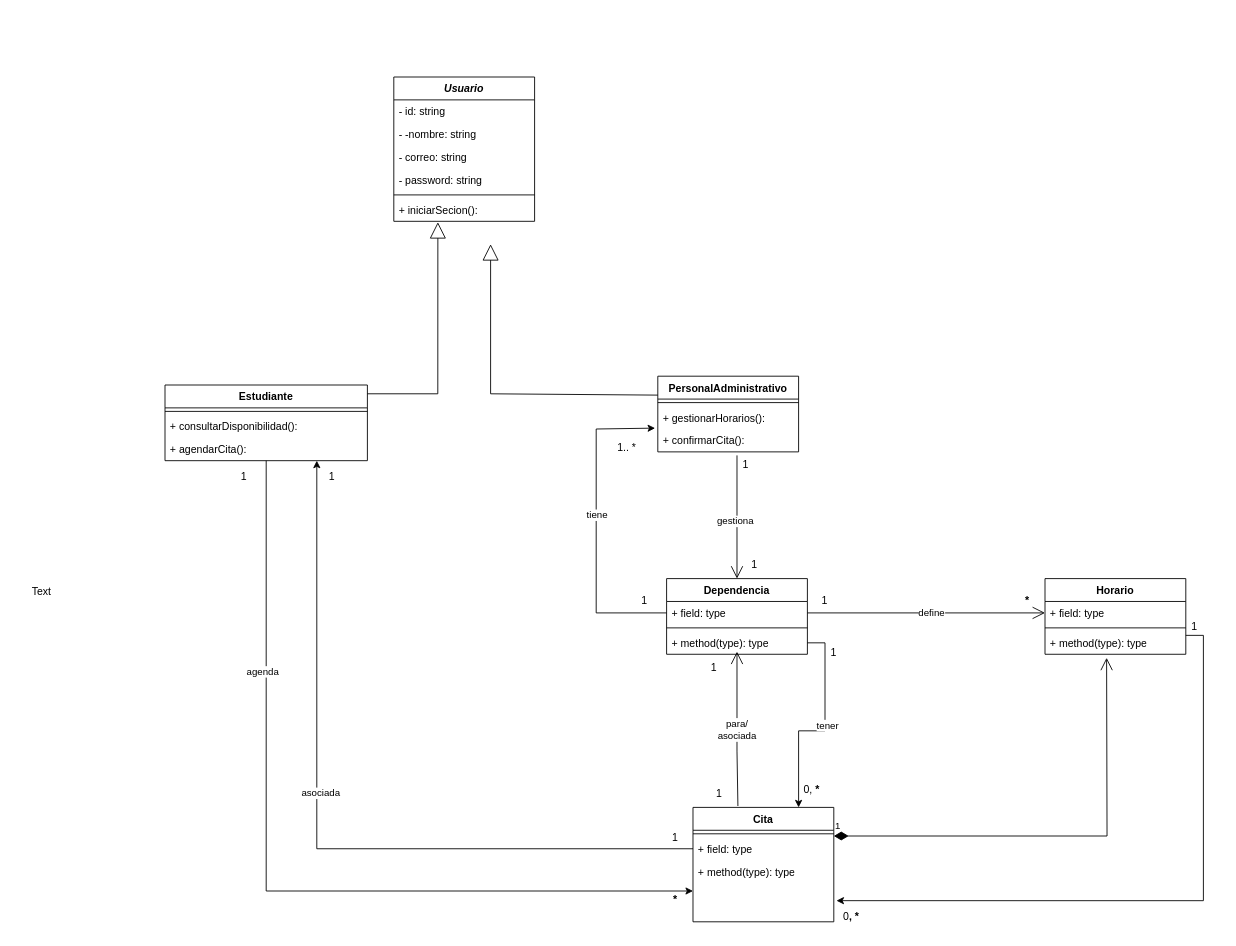
Above: diagrama_clase.drawio in DrAtl30/potro_citas (draw.io), before the change. Source tidied: cells renumbered, new cells numbered last; positions are measured from the earlier drawing's top-left corner, leaving out a move shared by most shapes. Both pictures are drawn from the tidied source at 88%, with x=0, y=0 at pixel (15, 77).
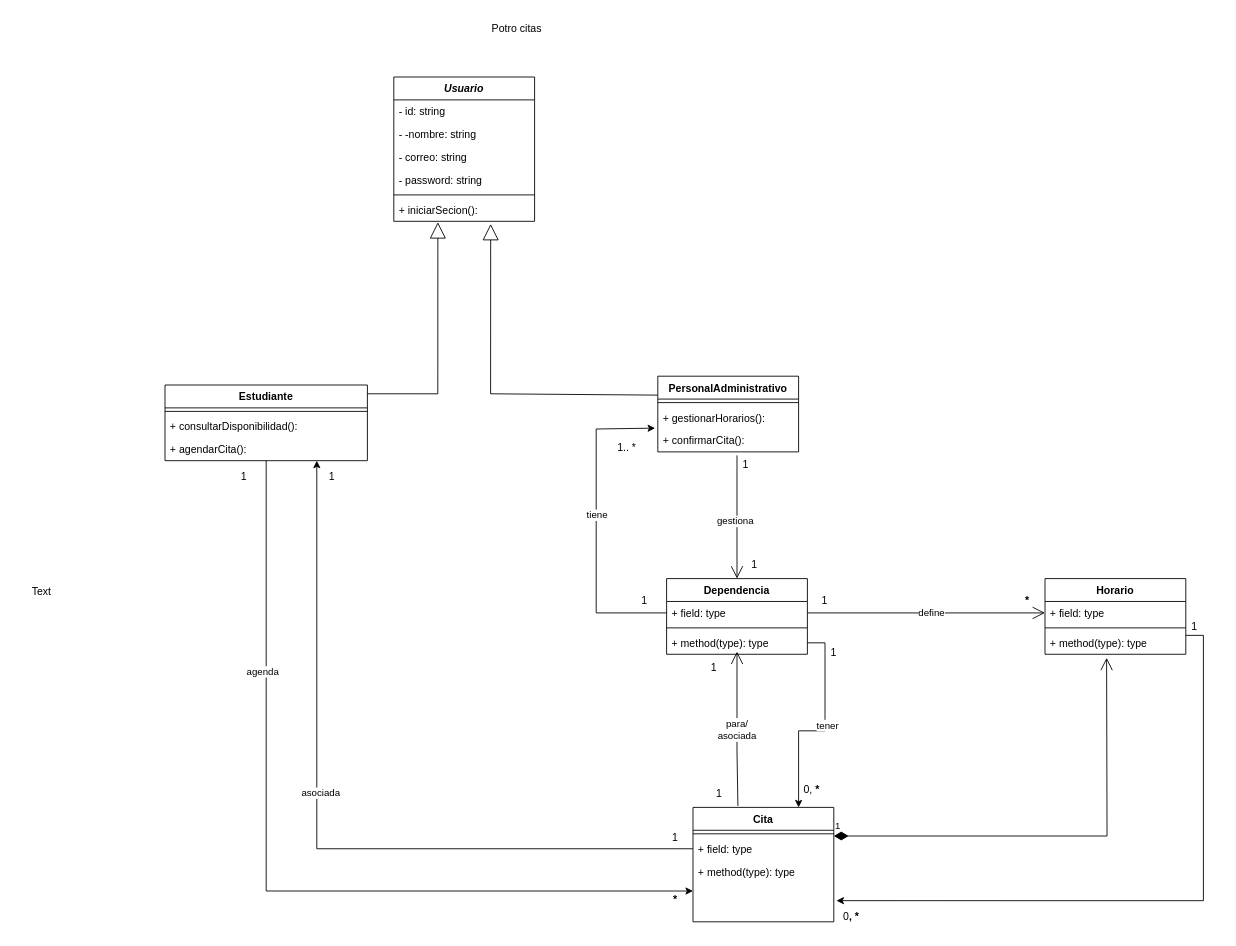
The same page after the edit.

The change refers to these unchanged cells:
```xml
<mxCell id="8" value="+ iniciarSecion():" style="text;strokeColor=none;fillColor=none;align=left;verticalAlign=top;spacingLeft=4;spacingRight=4;overflow=hidden;points=[[0,0.5],[1,0.5]];portConstraint=eastwest;whiteSpace=wrap;html=1;" parent="2" vertex="1">
  <mxGeometry y="138" width="160" height="26" as="geometry" />
</mxCell>
<mxCell id="13" value="PersonalAdministrativo" style="swimlane;fontStyle=1;align=center;verticalAlign=top;horizontal=1;startSize=26;whiteSpace=wrap;html=1;" parent="1" vertex="1">
  <mxGeometry x="730" y="340" width="160" height="86" as="geometry" />
</mxCell>
```

Diff of the diagram source:
```diff
@@
-    <mxCell id="30" style="endArrow=block;endSize=16;endFill=0;html=1;rounded=0;exitX=0;exitY=0.25;exitDx=0;exitDy=0;" parent="1" edge="1" source="13">
+    <mxCell id="30" style="endArrow=block;endSize=16;endFill=0;html=1;rounded=0;exitX=0;exitY=0.25;exitDx=0;exitDy=0;entryX=0.688;entryY=1.115;entryDx=0;entryDy=0;entryPerimeter=0;" parent="1" edge="1" source="13" target="8">
       <mxGeometry relative="1" as="geometry">
-        <mxPoint x="540" y="190" as="targetPoint" />
         <Array as="points">
           <mxPoint x="540" y="360" />
         </Array>
       </mxGeometry>
     </mxCell>
@@
+    <mxCell id="64" value="Potro citas" style="text;html=1;align=center;verticalAlign=middle;whiteSpace=wrap;rounded=0;" parent="1" vertex="1">
+      <mxGeometry x="540" y="-70" width="60" height="30" as="geometry" />
+    </mxCell>
```
